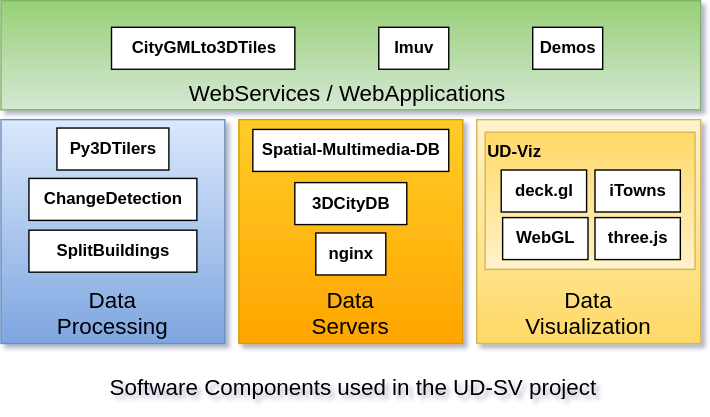
Above: SoftwareComponents/Diagrams/ComponentSortedByCategories.svg in VCityTeam/UD-SV (draw.io), before the change. Source tidied: cells renumbered, new cells last; positions are measured from the earlier drawing's top-left corner, leaving out a move shared by most shapes. The source it was exported from:
```xml
<mxGraphModel>
  <root>
    <mxCell id="0" />
    <mxCell id="1" parent="0" />
    <mxCell id="2" value="Data&lt;br style=&quot;font-size: 16px;&quot;&gt;Processing" style="whiteSpace=wrap;html=1;verticalAlign=bottom;fontSize=16;fillColor=#dae8fc;strokeColor=#6c8ebf;gradientColor=#7ea6e0;" parent="1" vertex="1">
      <mxGeometry y="85" width="160" height="160" as="geometry" />
    </mxCell>
    <mxCell id="3" value="&lt;a href=&quot;https://github.com/VCityTeam/py3dtilers&quot;&gt;&lt;b&gt;Py3DTilers&lt;/b&gt;&lt;br&gt;&lt;/a&gt;" style="html=1;" parent="1" vertex="1">
      <mxGeometry x="40" y="91" width="80" height="30" as="geometry" />
    </mxCell>
    <mxCell id="4" value="&lt;a href=&quot;https://github.com/VCityTeam/py3dtilers&quot;&gt;&lt;b&gt;ChangeDetection&lt;/b&gt;&lt;br&gt;&lt;/a&gt;" style="html=1;" parent="1" vertex="1">
      <mxGeometry x="20" y="127" width="120" height="30" as="geometry" />
    </mxCell>
    <mxCell id="5" value="&lt;a href=&quot;https://github.com/VCityTeam/py3dtilers&quot;&gt;&lt;b&gt;SplitBuildings&lt;/b&gt;&lt;br&gt;&lt;/a&gt;" style="html=1;" parent="1" vertex="1">
      <mxGeometry x="20" y="164" width="120" height="30" as="geometry" />
    </mxCell>
    <mxCell id="6" value="Data&lt;br style=&quot;font-size: 16px&quot;&gt;Servers" style="whiteSpace=wrap;html=1;verticalAlign=bottom;fontSize=16;fillColor=#ffcd28;strokeColor=#d79b00;gradientColor=#ffa500;" parent="1" vertex="1">
      <mxGeometry x="170" y="85" width="160" height="160" as="geometry" />
    </mxCell>
    <mxCell id="7" value="&lt;b&gt;&lt;a href=&quot;https://github.com/VCityTeam/Spatial-Multimedia-DB&quot;&gt;Spatial-Multimedia-DB&lt;/a&gt;&lt;/b&gt;&lt;a href=&quot;https://github.com/VCityTeam/py3dtilers&quot;&gt;&lt;br&gt;&lt;/a&gt;" style="html=1;" parent="1" vertex="1">
      <mxGeometry x="180" y="92" width="140" height="30" as="geometry" />
    </mxCell>
    <mxCell id="8" value="&lt;b&gt;&lt;a href=&quot;https://github.com/VCityTeam/Spatial-Multimedia-DB&quot;&gt;3DCityDB&lt;/a&gt;&lt;/b&gt;&lt;a href=&quot;https://github.com/VCityTeam/py3dtilers&quot;&gt;&lt;br&gt;&lt;/a&gt;" style="html=1;" parent="1" vertex="1">
      <mxGeometry x="210" y="130" width="80" height="30" as="geometry" />
    </mxCell>
    <mxCell id="9" value="&lt;a href=&quot;https://github.com/VCityTeam/py3dtilers&quot;&gt;&lt;b&gt;nginx&lt;/b&gt;&lt;br&gt;&lt;/a&gt;" style="html=1;" parent="1" vertex="1">
      <mxGeometry x="225" y="166" width="50" height="30" as="geometry" />
    </mxCell>
    <mxCell id="10" value="Data&lt;br style=&quot;font-size: 16px&quot;&gt;Visualization" style="whiteSpace=wrap;html=1;verticalAlign=bottom;fontSize=16;fillColor=#fff2cc;strokeColor=#d6b656;gradientColor=#ffd966;" parent="1" vertex="1">
      <mxGeometry x="340" y="85" width="160" height="160" as="geometry" />
    </mxCell>
    <mxCell id="11" style="group;" parent="1" vertex="1">
      <mxGeometry x="346" y="94" width="150" height="98" as="geometry" />
    </mxCell>
    <mxCell id="12" value="&lt;b&gt;&lt;a href=&quot;https://github.com/VCityTeam/UD-Viz&quot;&gt;UD-Viz&lt;/a&gt;&lt;/b&gt;&lt;a href=&quot;https://github.com/VCityTeam/py3dtilers&quot;&gt;&lt;br&gt;&lt;/a&gt;" style="html=1;verticalAlign=top;align=left;fillColor=#fff2cc;gradientColor=#ffd966;strokeColor=#d6b656;gradientDirection=north;" parent="11" vertex="1">
      <mxGeometry width="150" height="98" as="geometry" />
    </mxCell>
    <mxCell id="13" value="&lt;b&gt;&lt;a href=&quot;https://deck.gl/&quot;&gt;deck.gl&lt;/a&gt;&lt;/b&gt;&lt;a href=&quot;https://github.com/VCityTeam/py3dtilers&quot;&gt;&lt;br&gt;&lt;/a&gt;" style="html=1;" parent="11" vertex="1">
      <mxGeometry x="11.5" y="27" width="61" height="30" as="geometry" />
    </mxCell>
    <mxCell id="14" value="&lt;b&gt;&lt;a href=&quot;https://github.com/iTowns/itowns&quot;&gt;iTowns&lt;/a&gt;&lt;/b&gt;&lt;a href=&quot;https://github.com/VCityTeam/py3dtilers&quot;&gt;&lt;br&gt;&lt;/a&gt;" style="html=1;" parent="11" vertex="1">
      <mxGeometry x="78.5" y="27" width="61" height="30" as="geometry" />
    </mxCell>
    <mxCell id="15" value="&lt;b&gt;&lt;a href=&quot;https://threejs.org/&quot;&gt;three.js&lt;/a&gt;&lt;/b&gt;&lt;a href=&quot;https://github.com/VCityTeam/py3dtilers&quot;&gt;&lt;br&gt;&lt;/a&gt;" style="html=1;" parent="11" vertex="1">
      <mxGeometry x="78.5" y="61" width="61" height="30" as="geometry" />
    </mxCell>
    <mxCell id="16" value="&lt;b&gt;&lt;a href=&quot;https://www.khronos.org/webgl/&quot;&gt;WebGL&lt;/a&gt;&lt;/b&gt;&lt;a href=&quot;https://github.com/VCityTeam/py3dtilers&quot;&gt;&lt;br&gt;&lt;/a&gt;" style="html=1;" parent="11" vertex="1">
      <mxGeometry x="12.5" y="61" width="61" height="30" as="geometry" />
    </mxCell>
    <mxCell id="17" value="&lt;br style=&quot;font-size: 16px&quot;&gt;WebServices / WebApplications&amp;nbsp;" style="whiteSpace=wrap;html=1;verticalAlign=bottom;fontSize=16;fillColor=#d5e8d4;strokeColor=#82b366;gradientColor=#97d077;gradientDirection=north;" parent="1" vertex="1">
      <mxGeometry width="500" height="78" as="geometry" />
    </mxCell>
    <mxCell id="18" value="&lt;b&gt;&lt;a href=&quot;https://github.com/VCityTeam/Spatial-Multimedia-DB&quot;&gt;Imuv&lt;/a&gt;&lt;/b&gt;&lt;a href=&quot;https://github.com/VCityTeam/py3dtilers&quot;&gt;&lt;br&gt;&lt;/a&gt;" style="html=1;" parent="1" vertex="1">
      <mxGeometry x="270" y="19" width="50" height="30" as="geometry" />
    </mxCell>
    <mxCell id="19" value="&lt;b&gt;&lt;a href=&quot;https://projet.liris.cnrs.fr/vcity/demos&quot;&gt;Demos&lt;/a&gt;&lt;/b&gt;&lt;a href=&quot;https://github.com/VCityTeam/py3dtilers&quot;&gt;&lt;br&gt;&lt;/a&gt;" style="html=1;" parent="1" vertex="1">
      <mxGeometry x="380" y="19" width="50" height="30" as="geometry" />
    </mxCell>
    <mxCell id="20" value="&lt;b&gt;&lt;a href=&quot;https://gi&quot;&gt;CityGMLto3DTiles&lt;/a&gt;&lt;/b&gt;&lt;a href=&quot;https://github.com/VCityTeam/py3dtilers&quot;&gt;&lt;br&gt;&lt;/a&gt;" style="html=1;" parent="1" vertex="1">
      <mxGeometry x="79" y="19" width="131" height="30" as="geometry" />
    </mxCell>
    <mxCell id="21" value="Software Components used in the UD-SV project" style="text;html=1;strokeColor=none;fillColor=none;align=center;verticalAlign=middle;whiteSpace=wrap;rounded=0;fontSize=16;" parent="1" vertex="1">
      <mxGeometry x="62" y="261" width="380" height="30" as="geometry" />
    </mxCell>
  </root>
</mxGraphModel>
```
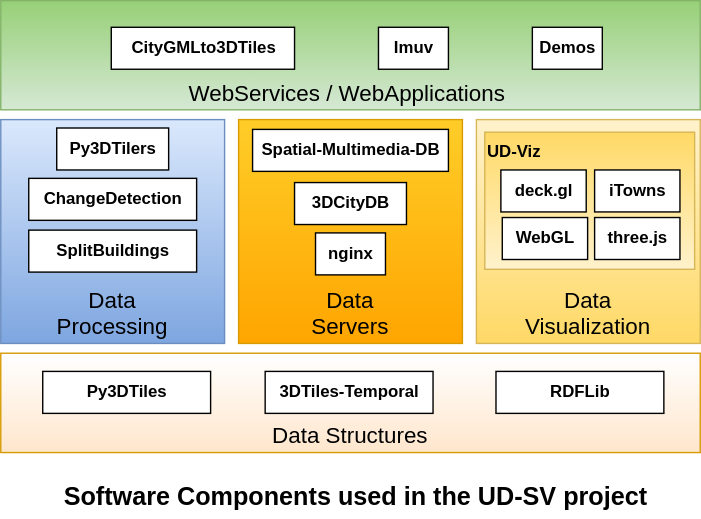
Above is the later version.

Commit message:
Added Data Structures theme in diagram.

Diff of the diagram source:
```diff
@@ -59,8 +59,23 @@
     <mxCell id="20" value="&lt;b&gt;&lt;a href=&quot;https://gi&quot;&gt;CityGMLto3DTiles&lt;/a&gt;&lt;/b&gt;&lt;a href=&quot;https://github.com/VCityTeam/py3dtilers&quot;&gt;&lt;br&gt;&lt;/a&gt;" style="html=1;" parent="1" vertex="1">
       <mxGeometry x="79" y="19" width="131" height="30" as="geometry" />
     </mxCell>
-    <mxCell id="21" value="Software Components used in the UD-SV project" style="text;html=1;strokeColor=none;fillColor=none;align=center;verticalAlign=middle;whiteSpace=wrap;rounded=0;fontSize=16;" parent="1" vertex="1">
-      <mxGeometry x="62" y="261" width="380" height="30" as="geometry" />
+    <mxCell id="21" value="&lt;font style=&quot;font-size: 18px&quot;&gt;Software Components used in the UD-SV project&lt;/font&gt;" style="text;html=1;strokeColor=none;fillColor=none;align=center;verticalAlign=middle;whiteSpace=wrap;rounded=0;fontSize=16;fontStyle=1;" parent="1" vertex="1">
+      <mxGeometry x="25" y="340" width="458" height="30" as="geometry" />
     </mxCell>
+    <mxCell id="22" value="Data Structures" style="whiteSpace=wrap;html=1;verticalAlign=bottom;fontSize=16;fillColor=#ffe6cc;strokeColor=#d79b00;gradientColor=#ffffff;gradientDirection=north;" parent="1" vertex="1">
+      <mxGeometry y="252" width="500" height="71" as="geometry" />
+    </mxCell>
+    <mxCell id="23" value="&lt;a href=&quot;https://github.com/VCityTeam/py3dtilers&quot;&gt;&lt;b&gt;Py3DTiles&lt;/b&gt;&lt;br&gt;&lt;/a&gt;" style="html=1;" parent="1" vertex="1">
+      <mxGeometry x="30" y="265" width="120" height="30" as="geometry" />
+    </mxCell>
+    <mxCell id="24" value="&lt;a href=&quot;https://github.com/VCityTeam/py3dtilers&quot;&gt;&lt;b&gt;3DTiles-Temporal&lt;/b&gt;&lt;br&gt;&lt;/a&gt;" style="html=1;" parent="1" vertex="1">
+      <mxGeometry x="189" y="265" width="120" height="30" as="geometry" />
+    </mxCell>
+    <mxCell id="25" value="&lt;a href=&quot;https://github.com/VCityTeam/py3dtilers&quot;&gt;&lt;b&gt;RDFLib&lt;/b&gt;&lt;br&gt;&lt;/a&gt;" style="html=1;" parent="1" vertex="1">
+      <mxGeometry x="354" y="265" width="120" height="30" as="geometry" />
+    </mxCell>
+    <mxCell id="26" style="edgeStyle=orthogonalEdgeStyle;rounded=0;orthogonalLoop=1;jettySize=auto;html=1;exitX=0.5;exitY=1;exitDx=0;exitDy=0;" parent="1" edge="1" source="22" target="22">
+      <mxGeometry relative="1" as="geometry" />
+    </mxCell>
   </root>
 </mxGraphModel>
```
